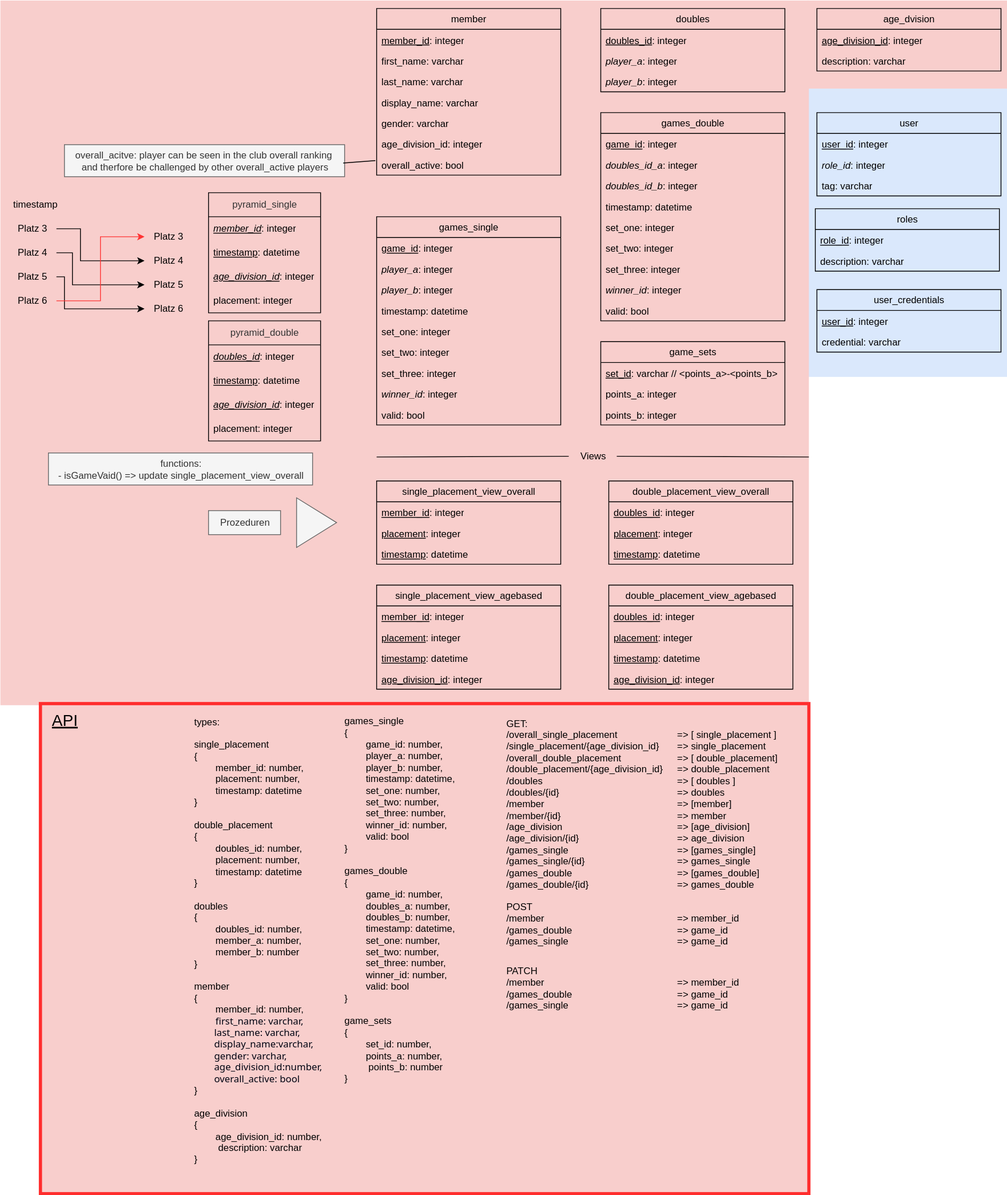
Before: docs/uploads/api_database_doku.drawio.svg, a diagram exported from draw.io (mexterng/badminton_bcgw). Source tidied: cells renumbered, new cells last; positions are measured from the earlier drawing's top-left corner, leaving out a move shared by most shapes.
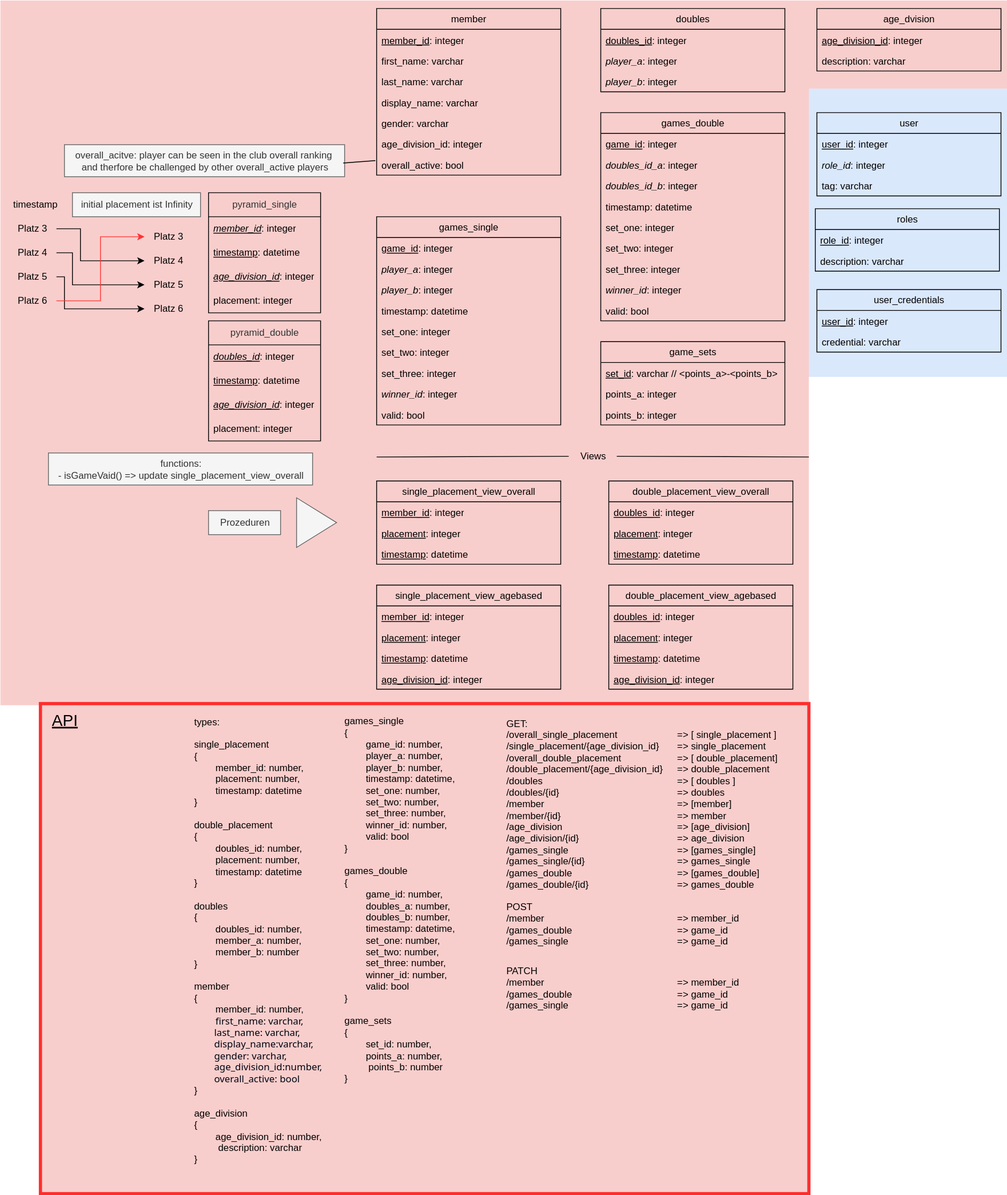
The same file after the commit.

Commit message:
feat(api): add function to validate challenge

What changed in the source:
```diff
@@ -348,5 +348,8 @@
     <mxCell id="110" value="placement: integer" style="text;strokeColor=none;fillColor=none;align=left;verticalAlign=middle;spacingLeft=4;spacingRight=4;overflow=hidden;whiteSpace=wrap;html=1;" parent="106" vertex="1">
       <mxGeometry y="120" width="140" height="30" as="geometry" />
     </mxCell>
+    <mxCell id="111" value="initial placement ist Infinity" style="text;html=1;align=center;verticalAlign=middle;strokeColor=#666666;fillColor=#f5f5f5;fontColor=#333333;" parent="1" vertex="1">
+      <mxGeometry x="90" y="240" width="160" height="30" as="geometry" />
+    </mxCell>
   </root>
 </mxGraphModel>
```
